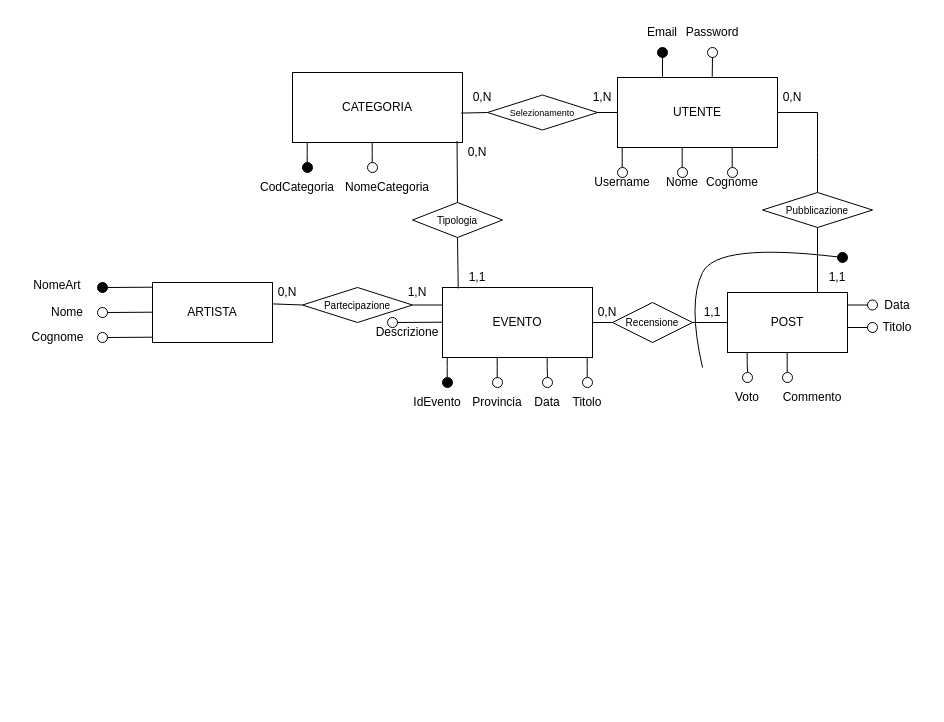
Before: UDA_Pianificazione/er.drawio in sac11221/mercuriouda, a draw.io diagram. Source tidied: cells renumbered, new cells numbered last; positions are measured from the earlier drawing's top-left corner, leaving out a move shared by most shapes. Both pictures are drawn from the tidied source at 100%, with x=0, y=0 at pixel (17, 17).
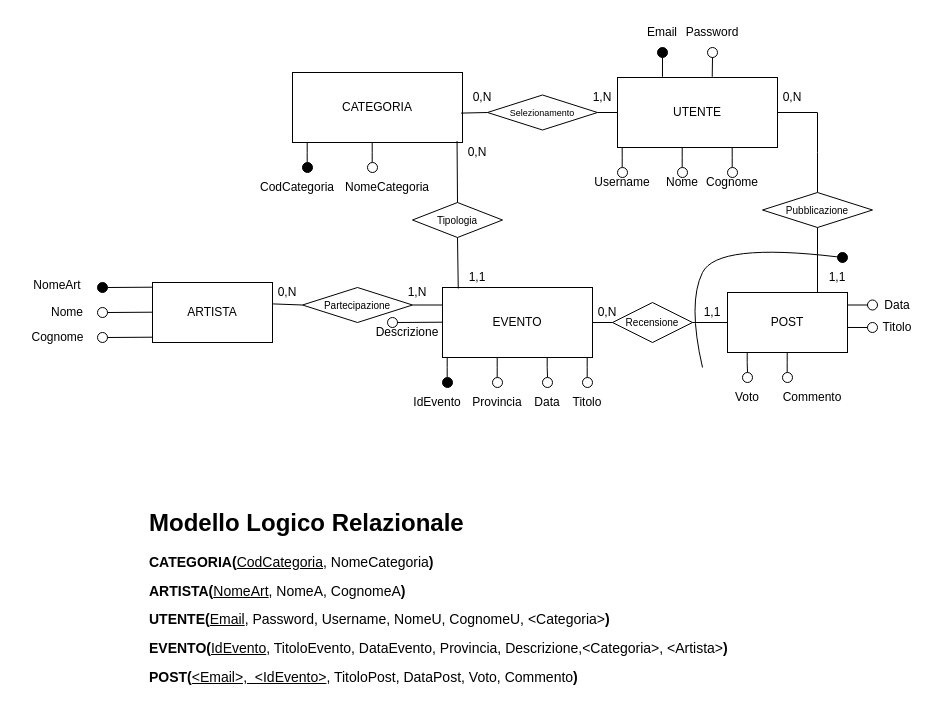
After the change.

Diff of the diagram source:
```diff
@@
+    <mxCell id="91" value="&lt;h1 style=&quot;margin-top: 0px;&quot;&gt;Modello Logico Relazionale&lt;/h1&gt;&lt;p&gt;&lt;font style=&quot;font-size: 14px;&quot;&gt;&lt;b&gt;CATEGORIA(&lt;/b&gt;&lt;u&gt;CodCategoria&lt;/u&gt;, NomeCategoria&lt;b&gt;)&lt;/b&gt;&lt;b&gt;&lt;/b&gt;&lt;/font&gt;&lt;/p&gt;&lt;p&gt;&lt;font style=&quot;font-size: 14px;&quot;&gt;&lt;b&gt;ARTISTA(&lt;/b&gt;&lt;u&gt;NomeArt&lt;/u&gt;, NomeA, CognomeA&lt;b&gt;)&lt;/b&gt;&lt;b&gt;&lt;/b&gt;&lt;/font&gt;&lt;/p&gt;&lt;p&gt;&lt;font style=&quot;font-size: 14px;&quot;&gt;&lt;b&gt;UTENTE(&lt;/b&gt;&lt;u&gt;Email&lt;/u&gt;, Password, Username, NomeU, CognomeU, &amp;lt;Categoria&amp;gt;&lt;b&gt;)&lt;/b&gt;&lt;/font&gt;&lt;/p&gt;&lt;p&gt;&lt;font style=&quot;font-size: 14px;&quot;&gt;&lt;b&gt;EVENTO(&lt;/b&gt;&lt;u&gt;IdEvento&lt;/u&gt;, TitoloEvento, DataEvento, Provincia, Descrizione,&amp;lt;Categoria&amp;gt;, &amp;lt;Artista&amp;gt;&lt;b&gt;)&lt;/b&gt;&lt;/font&gt;&lt;/p&gt;&lt;p&gt;&lt;font style=&quot;font-size: 14px;&quot;&gt;&lt;b&gt;POST(&lt;/b&gt;&lt;u&gt;&amp;lt;Email&amp;gt;,&amp;nbsp; &amp;lt;IdEvento&amp;gt;&lt;/u&gt;, TitoloPost, DataPost, Voto, Commento&lt;b&gt;)&lt;br&gt;&lt;/b&gt;&lt;/font&gt;&lt;/p&gt;&lt;p&gt;&lt;br&gt;&lt;/p&gt;&lt;p&gt;&lt;br&gt;&lt;/p&gt;" style="text;html=1;whiteSpace=wrap;overflow=hidden;rounded=0;" parent="1" vertex="1">
+      <mxGeometry x="130" y="485" width="630" height="200" as="geometry" />
+    </mxCell>
```
